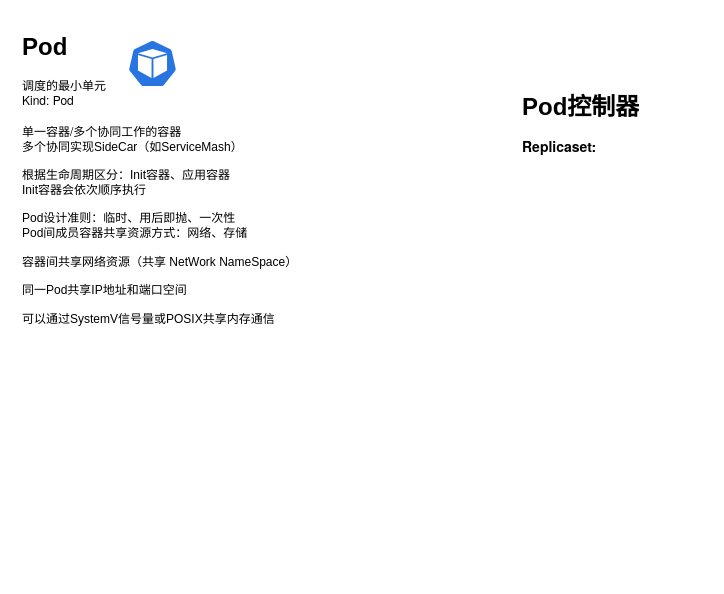
This is K8s.drawio from dextercai/dextercai, a draw.io file, before an edit. Source tidied: cells renumbered, new cells numbered last; positions are measured from the earlier drawing's top-left corner, leaving out a move shared by most shapes. Both pictures are drawn from the tidied source at 100%, with x=0, y=0 at pixel (17, 27).
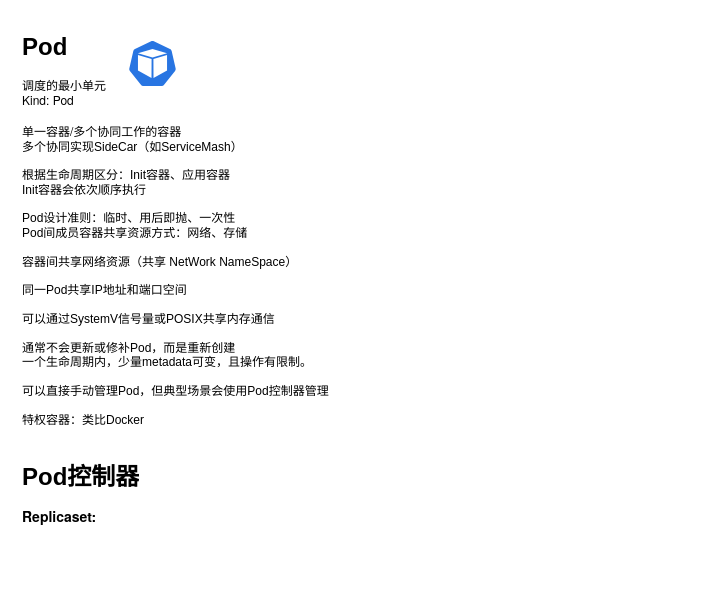
Above is the later version.

Diff of the diagram source:
```diff
@@
 <mxGraphModel>
   <root>
     <mxCell id="0" />
     <mxCell id="1" parent="0" />
     <mxCell id="2" value="&lt;h1&gt;Pod控制器&lt;/h1&gt;&lt;p&gt;&lt;strong style=&quot;margin: 0px; padding: 0px; font-family: &amp;quot;PingFang SC&amp;quot;, &amp;quot;Microsoft YaHei&amp;quot;, &amp;quot;Helvetica Neue&amp;quot;, Helvetica, Arial, sans-serif; font-size: 14px;&quot;&gt;Replicaset:&amp;nbsp;&lt;/strong&gt;&lt;br&gt;&lt;/p&gt;" style="text;html=1;strokeColor=none;fillColor=none;spacing=5;spacingTop=-20;whiteSpace=wrap;overflow=hidden;rounded=0;" parent="1" vertex="1">
-      <mxGeometry x="500" y="60" width="190" height="120" as="geometry" />
+      <mxGeometry y="430" width="190" height="120" as="geometry" />
     </mxCell>
-    <mxCell id="3" value="&lt;h1&gt;&lt;span style=&quot;&quot;&gt; &lt;/span&gt;&lt;font style=&quot;font-size: 24px;&quot;&gt;&lt;span style=&quot;&quot;&gt; &lt;/span&gt;Pod&lt;/font&gt;&lt;strong style=&quot;margin: 0px; padding: 0px; font-family: &amp;quot;PingFang SC&amp;quot;, &amp;quot;Microsoft YaHei&amp;quot;, &amp;quot;Helvetica Neue&amp;quot;, Helvetica, Arial, sans-serif; font-size: 14px;&quot;&gt;&amp;nbsp;&lt;/strong&gt;&lt;/h1&gt;&lt;div style=&quot;&quot;&gt;&lt;font style=&quot;font-size: 12px;&quot; face=&quot;PingFang SC, Microsoft YaHei, Helvetica Neue, Helvetica, Arial, sans-serif&quot;&gt;调度的最小单元&lt;/font&gt;&lt;/div&gt;&lt;div style=&quot;&quot;&gt;&lt;font style=&quot;font-size: 12px;&quot; face=&quot;PingFang SC, Microsoft YaHei, Helvetica Neue, Helvetica, Arial, sans-serif&quot;&gt;Kind: Pod&lt;/font&gt;&lt;/div&gt;&lt;div style=&quot;&quot;&gt;&lt;font style=&quot;font-size: 12px;&quot; face=&quot;PingFang SC, Microsoft YaHei, Helvetica Neue, Helvetica, Arial, sans-serif&quot;&gt;&lt;br&gt;&lt;/font&gt;&lt;/div&gt;&lt;div style=&quot;&quot;&gt;&lt;font style=&quot;font-size: 12px;&quot; face=&quot;PingFang SC, Microsoft YaHei, Helvetica Neue, Helvetica, Arial, sans-serif&quot;&gt;单一容器/多个协同工作的容器&lt;/font&gt;&lt;/div&gt;&lt;div style=&quot;&quot;&gt;&lt;font style=&quot;font-size: 12px;&quot;&gt;多个协同实现SideCar（如ServiceMash）&lt;/font&gt;&lt;/div&gt;&lt;div&gt;&lt;br&gt;&lt;/div&gt;&lt;div&gt;根据生命周期区分：Init容器、应用容器&lt;/div&gt;&lt;div&gt;Init容器会依次顺序执行&lt;/div&gt;&lt;div&gt;&lt;br&gt;&lt;/div&gt;&lt;div&gt;Pod设计准则：临时、用后即抛、一次性&lt;/div&gt;&lt;div&gt;Pod间成员容器共享资源方式：网络、存储&lt;/div&gt;&lt;div&gt;&lt;br&gt;&lt;/div&gt;&lt;div&gt;容器间&lt;span style=&quot;background-color: initial;&quot;&gt;共享网络资源&lt;/span&gt;&lt;span style=&quot;background-color: initial;&quot;&gt;（共享 NetWork NameSpace）&lt;/span&gt;&lt;/div&gt;&lt;div&gt;&lt;span style=&quot;background-color: initial;&quot;&gt;&lt;br&gt;&lt;/span&gt;&lt;/div&gt;&lt;div&gt;&lt;span style=&quot;background-color: initial;&quot;&gt;同一Pod共享IP地址和端口空间&lt;/span&gt;&lt;/div&gt;&lt;div&gt;&lt;span style=&quot;background-color: initial;&quot;&gt;&lt;br&gt;&lt;/span&gt;&lt;/div&gt;&lt;div&gt;&lt;span style=&quot;background-color: initial;&quot;&gt;可以通过SystemV信号量或POSIX共享内存通信&lt;/span&gt;&lt;/div&gt;" style="text;html=1;strokeColor=none;fillColor=none;spacing=5;spacingTop=-20;whiteSpace=wrap;overflow=hidden;rounded=0;labelBackgroundColor=none;labelBorderColor=none;verticalAlign=top;horizontal=1;align=left;fontStyle=0;labelPosition=center;verticalLabelPosition=middle;" parent="1" vertex="1">
-      <mxGeometry width="320" height="350" as="geometry" />
+    <mxCell id="3" value="&lt;h1&gt;&lt;span style=&quot;&quot;&gt; &lt;/span&gt;&lt;font style=&quot;font-size: 24px;&quot;&gt;&lt;span style=&quot;&quot;&gt; &lt;/span&gt;Pod&lt;/font&gt;&lt;strong style=&quot;margin: 0px; padding: 0px; font-family: &amp;quot;PingFang SC&amp;quot;, &amp;quot;Microsoft YaHei&amp;quot;, &amp;quot;Helvetica Neue&amp;quot;, Helvetica, Arial, sans-serif; font-size: 14px;&quot;&gt;&amp;nbsp;&lt;/strong&gt;&lt;/h1&gt;&lt;div style=&quot;&quot;&gt;&lt;font style=&quot;font-size: 12px;&quot; face=&quot;PingFang SC, Microsoft YaHei, Helvetica Neue, Helvetica, Arial, sans-serif&quot;&gt;调度的最小单元&lt;/font&gt;&lt;/div&gt;&lt;div style=&quot;&quot;&gt;&lt;font style=&quot;font-size: 12px;&quot; face=&quot;PingFang SC, Microsoft YaHei, Helvetica Neue, Helvetica, Arial, sans-serif&quot;&gt;Kind: Pod&lt;/font&gt;&lt;/div&gt;&lt;div style=&quot;&quot;&gt;&lt;font style=&quot;font-size: 12px;&quot; face=&quot;PingFang SC, Microsoft YaHei, Helvetica Neue, Helvetica, Arial, sans-serif&quot;&gt;&lt;br&gt;&lt;/font&gt;&lt;/div&gt;&lt;div style=&quot;&quot;&gt;&lt;font style=&quot;font-size: 12px;&quot; face=&quot;PingFang SC, Microsoft YaHei, Helvetica Neue, Helvetica, Arial, sans-serif&quot;&gt;单一容器/多个协同工作的容器&lt;/font&gt;&lt;/div&gt;&lt;div style=&quot;&quot;&gt;&lt;font style=&quot;font-size: 12px;&quot;&gt;多个协同实现SideCar（如ServiceMash）&lt;/font&gt;&lt;/div&gt;&lt;div&gt;&lt;br&gt;&lt;/div&gt;&lt;div&gt;根据生命周期区分：Init容器、应用容器&lt;/div&gt;&lt;div&gt;Init容器会依次顺序执行&lt;/div&gt;&lt;div&gt;&lt;br&gt;&lt;/div&gt;&lt;div&gt;Pod设计准则：临时、用后即抛、一次性&lt;/div&gt;&lt;div&gt;Pod间成员容器共享资源方式：网络、存储&lt;/div&gt;&lt;div&gt;&lt;br&gt;&lt;/div&gt;&lt;div&gt;容器间&lt;span style=&quot;background-color: initial;&quot;&gt;共享网络资源&lt;/span&gt;&lt;span style=&quot;background-color: initial;&quot;&gt;（共享 NetWork NameSpace）&lt;/span&gt;&lt;/div&gt;&lt;div&gt;&lt;span style=&quot;background-color: initial;&quot;&gt;&lt;br&gt;&lt;/span&gt;&lt;/div&gt;&lt;div&gt;&lt;span style=&quot;background-color: initial;&quot;&gt;同一Pod共享IP地址和端口空间&lt;/span&gt;&lt;/div&gt;&lt;div&gt;&lt;span style=&quot;background-color: initial;&quot;&gt;&lt;br&gt;&lt;/span&gt;&lt;/div&gt;&lt;div&gt;&lt;span style=&quot;background-color: initial;&quot;&gt;可以通过SystemV信号量或POSIX共享内存通信&lt;/span&gt;&lt;/div&gt;&lt;div&gt;&lt;span style=&quot;background-color: initial;&quot;&gt;&lt;br&gt;&lt;/span&gt;&lt;/div&gt;&lt;div&gt;通常不会更新或修补Pod，而是重新创建&lt;/div&gt;&lt;div&gt;一个生命周期内，少量metadata可变，且操作有限制。&lt;/div&gt;&lt;div&gt;&lt;br&gt;&lt;/div&gt;&lt;div&gt;可以直接手动管理Pod，但典型场景会使用Pod控制器管理&lt;/div&gt;&lt;div&gt;&lt;br&gt;&lt;/div&gt;&lt;div&gt;特权容器：类比Docker&lt;/div&gt;" style="text;html=1;strokeColor=none;fillColor=none;spacing=5;spacingTop=-20;whiteSpace=wrap;overflow=hidden;rounded=0;labelBackgroundColor=none;labelBorderColor=none;verticalAlign=top;horizontal=1;align=left;fontStyle=0;labelPosition=center;verticalLabelPosition=middle;" parent="1" vertex="1">
+      <mxGeometry width="320" height="420" as="geometry" />
     </mxCell>
     <mxCell id="4" style="sketch=0;html=1;dashed=0;whitespace=wrap;fillColor=#2875E2;strokeColor=#ffffff;shape=mxgraph.kubernetes.icon;prIcon=pod;labelBackgroundColor=none;fontColor=#000000;" parent="1" vertex="1">
       <mxGeometry x="110" y="12" width="50" height="48" as="geometry" />
     </mxCell>
   </root>
 </mxGraphModel>
```
